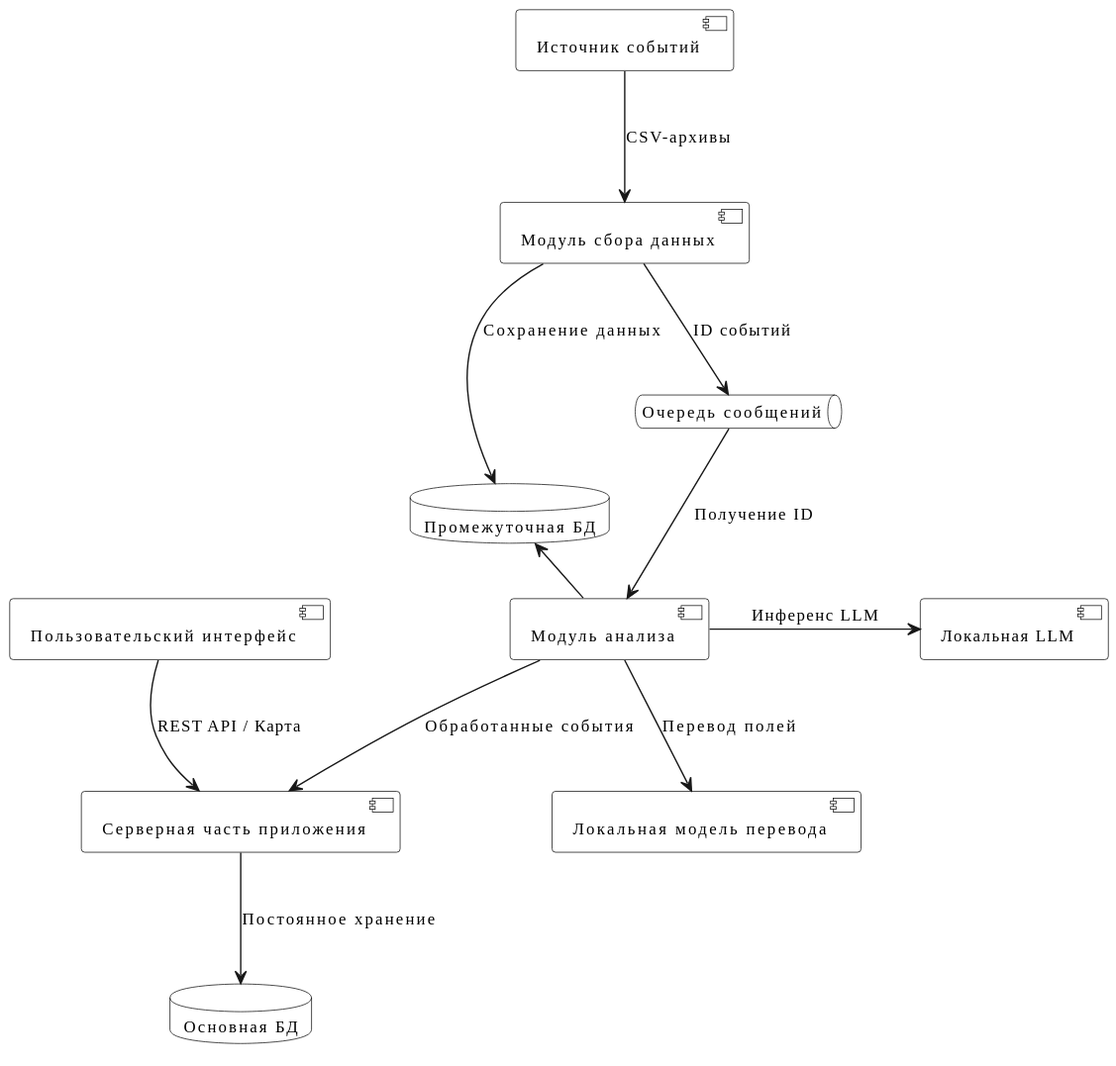
The PlantUML diagram posters/build/svg/components_diagramm.svg in kovvvalskii/diploma-report, before a commit.
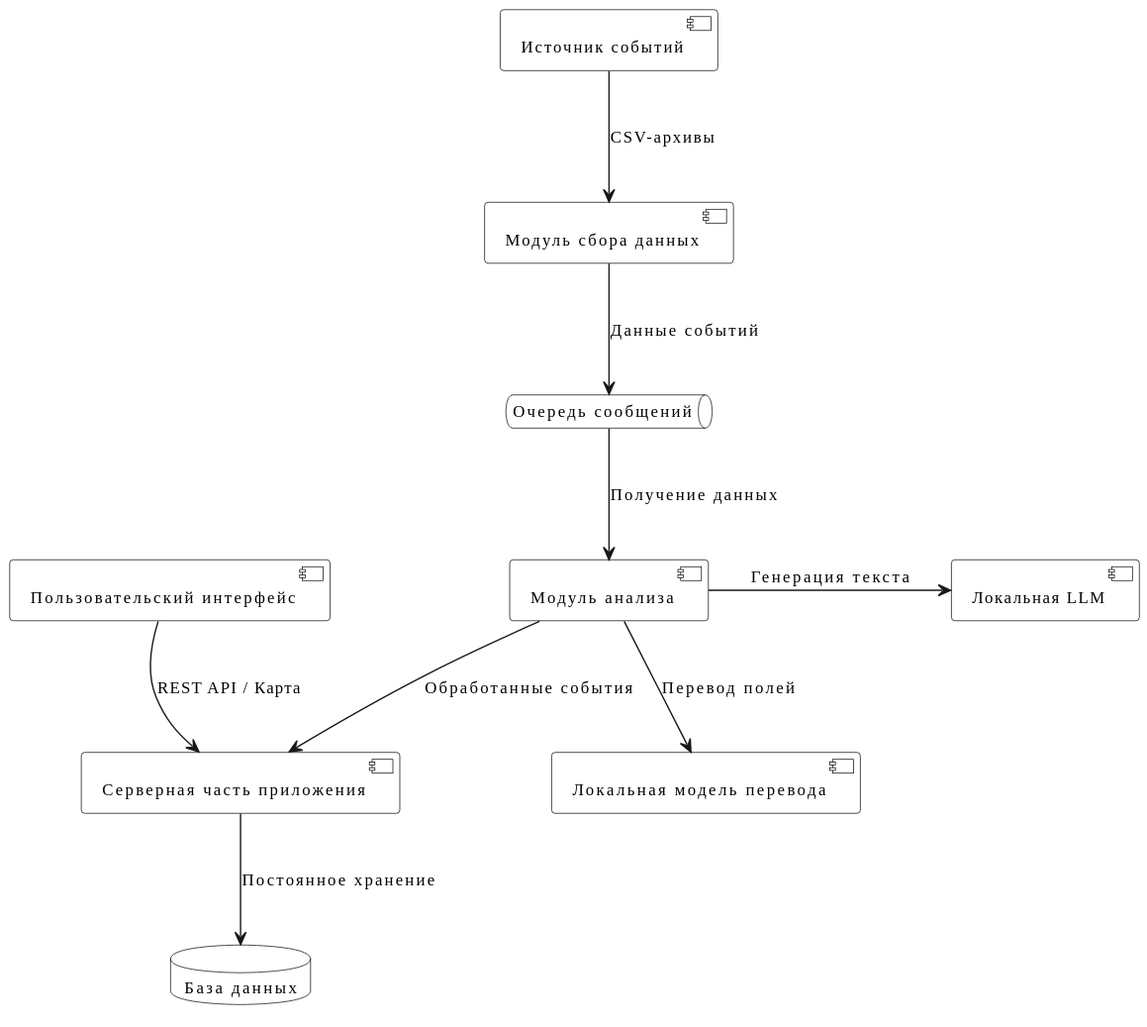
After the change.

Change to the diagram source:
```diff
@@ -21,7 +21,6 @@
 
 [Источник событий] as GDELT
 [Модуль сбора данных] as Fetcher
-database "Промежуточная БД" as SDB
 
 queue "Очередь сообщений" as RMQ
 [Модуль анализа] as Analyzer
@@ -29,18 +28,16 @@
 [Локальная модель перевода] as Translator
 
 [Серверная часть приложения] as Core
-database "Основная БД" as CDB
+database "База данных" as CDB
 [Пользовательский интерфейс] as Web
 
 
 GDELT --> Fetcher : CSV-архивы
-Fetcher --> SDB : Сохранение данных
-Fetcher --> RMQ : ID событий
+Fetcher --> RMQ : Данные событий
 
-RMQ --> Analyzer : Получение ID
-Analyzer -left-> SDB : Чтение данных
+RMQ --> Analyzer : Получение данных
 Analyzer --> Translator : Перевод полей
-Analyzer -right-> Ollama : Инференс LLM
+Analyzer -right-> Ollama : Генерация текста
 Analyzer --> Core : Обработанные события
 
 Core --> CDB : Постоянное хранение
```
